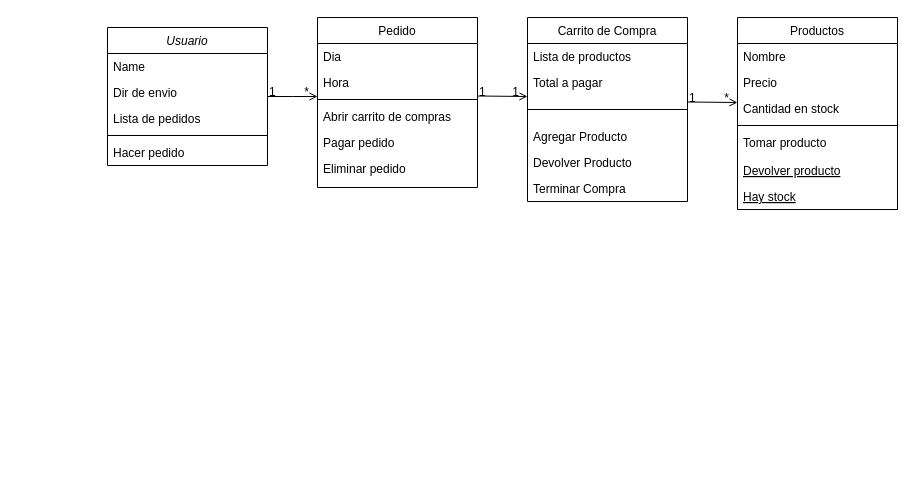
Before: SistDeComercio.drawio in AgustinaFontana/1prueba, a draw.io diagram. Source tidied: cells renumbered, new cells numbered last; positions are measured from the earlier drawing's top-left corner, leaving out a move shared by most shapes. Both pictures are drawn from the tidied source at 100%, with x=0, y=0 at pixel (107, 17).
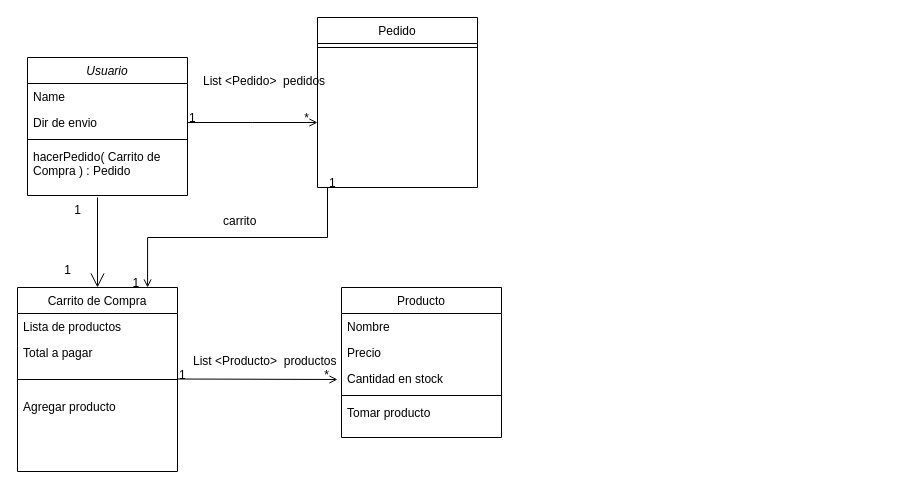
After the change.

The change refers to these unchanged cells:
```xml
<mxCell id="23" value="Pedido" style="swimlane;fontStyle=0;align=center;verticalAlign=top;horizontal=1;startSize=26;rounded=0;shadow=0;strokeWidth=1;" parent="1" vertex="1">
  <mxGeometry x="210" width="160" height="170" as="geometry" />
</mxCell>
```

Change to the diagram source:
```diff
@@
     <mxCell id="2" value="Usuario" style="swimlane;fontStyle=2;align=center;verticalAlign=top;horizontal=1;startSize=26;rounded=0;shadow=0;strokeWidth=1;" parent="1" vertex="1">
-      <mxGeometry y="10" width="160" height="138" as="geometry" />
+      <mxGeometry x="-80" y="40" width="160" height="138" as="geometry" />
     </mxCell>
@@
-    <mxCell id="5" value="Lista de pedidos" style="text;align=left;verticalAlign=top;spacingLeft=4;spacingRight=4;overflow=hidden;rounded=0;shadow=0;html=0;" parent="2" vertex="1">
-      <mxGeometry y="78" width="160" height="26" as="geometry" />
-    </mxCell>
     <mxCell id="6" style="line;html=1;strokeWidth=1;align=left;verticalAlign=middle;spacingTop=-1;spacingLeft=3;spacingRight=3;labelPosition=right;" parent="2" vertex="1">
-      <mxGeometry y="104" width="160" height="8" as="geometry" />
+      <mxGeometry y="78" width="160" height="8" as="geometry" />
     </mxCell>
-    <mxCell id="7" value="Hacer pedido" style="text;align=left;verticalAlign=top;spacingLeft=4;spacingRight=4;overflow=hidden;" parent="2" vertex="1">
-      <mxGeometry y="112" width="160" height="26" as="geometry" />
+    <mxCell id="7" value="hacerPedido( Carrito de &#10;Compra ) : Pedido" style="text;align=left;verticalAlign=top;spacingLeft=4;spacingRight=4;overflow=hidden;" parent="2" vertex="1">
+      <mxGeometry y="86" width="160" height="34" as="geometry" />
     </mxCell>
-    <mxCell id="8" value="Productos" style="swimlane;fontStyle=0;align=center;verticalAlign=top;horizontal=1;startSize=26;rounded=0;shadow=0;strokeWidth=1;" parent="1" vertex="1">
-      <mxGeometry x="630" width="160" height="192" as="geometry" />
+    <mxCell id="8" value="Producto" style="swimlane;fontStyle=0;align=center;verticalAlign=top;horizontal=1;startSize=26;rounded=0;shadow=0;strokeWidth=1;" parent="1" vertex="1">
+      <mxGeometry x="234" y="270" width="160" height="150" as="geometry" />
     </mxCell>
@@
-    <mxCell id="14" value="Devolver producto" style="text;align=left;verticalAlign=top;spacingLeft=4;spacingRight=4;overflow=hidden;fontStyle=4;" parent="8" vertex="1">
-      <mxGeometry y="140" width="160" height="26" as="geometry" />
-    </mxCell>
-    <mxCell id="15" value="Hay stock" style="text;align=left;verticalAlign=top;spacingLeft=4;spacingRight=4;overflow=hidden;fontStyle=4;" parent="8" vertex="1">
-      <mxGeometry y="166" width="160" height="26" as="geometry" />
-    </mxCell>
     <mxCell id="16" value="Carrito de Compra" style="swimlane;fontStyle=0;align=center;verticalAlign=top;horizontal=1;startSize=26;rounded=0;shadow=0;strokeWidth=1;" parent="1" vertex="1">
-      <mxGeometry x="420" width="160" height="184" as="geometry" />
+      <mxGeometry x="-90" y="270" width="160" height="184" as="geometry" />
     </mxCell>
@@
-    <mxCell id="20" value="Agregar Producto" style="text;align=left;verticalAlign=top;spacingLeft=4;spacingRight=4;overflow=hidden;" parent="16" vertex="1">
-      <mxGeometry y="106" width="160" height="26" as="geometry" />
-    </mxCell>
-    <mxCell id="21" value="Devolver Producto" style="text;align=left;verticalAlign=top;spacingLeft=4;spacingRight=4;overflow=hidden;" parent="16" vertex="1">
-      <mxGeometry y="132" width="160" height="26" as="geometry" />
-    </mxCell>
-    <mxCell id="22" value="Terminar Compra" style="text;align=left;verticalAlign=top;spacingLeft=4;spacingRight=4;overflow=hidden;" parent="16" vertex="1">
-      <mxGeometry y="158" width="160" height="26" as="geometry" />
-    </mxCell>
+    <mxCell id="39" value="Agregar producto" style="text;align=left;verticalAlign=top;spacingLeft=4;spacingRight=4;overflow=hidden;" parent="16" vertex="1">
+      <mxGeometry y="106" width="160" height="28" as="geometry" />
+    </mxCell>
@@
-    <mxCell id="24" value="Dia" style="text;align=left;verticalAlign=top;spacingLeft=4;spacingRight=4;overflow=hidden;" parent="23" vertex="1">
-      <mxGeometry y="26" width="160" height="26" as="geometry" />
-    </mxCell>
-    <mxCell id="25" value="Hora" style="text;align=left;verticalAlign=top;spacingLeft=4;spacingRight=4;overflow=hidden;rounded=0;shadow=0;html=0;" parent="23" vertex="1">
-      <mxGeometry y="52" width="160" height="26" as="geometry" />
-    </mxCell>
     <mxCell id="26" style="line;html=1;strokeWidth=1;align=left;verticalAlign=middle;spacingTop=-1;spacingLeft=3;spacingRight=3;labelPosition=right;" parent="23" vertex="1">
-      <mxGeometry y="78" width="160" height="8" as="geometry" />
+      <mxGeometry y="26" width="160" height="8" as="geometry" />
     </mxCell>
-    <mxCell id="27" value="Abrir carrito de compras" style="text;align=left;verticalAlign=top;spacingLeft=4;spacingRight=4;overflow=hidden;" parent="23" vertex="1">
-      <mxGeometry y="86" width="160" height="26" as="geometry" />
-    </mxCell>
-    <mxCell id="28" value="Pagar pedido" style="text;align=left;verticalAlign=top;spacingLeft=4;spacingRight=4;overflow=hidden;" parent="23" vertex="1">
-      <mxGeometry y="112" width="160" height="26" as="geometry" />
-    </mxCell>
-    <mxCell id="29" value="Eliminar pedido" style="text;align=left;verticalAlign=top;spacingLeft=4;spacingRight=4;overflow=hidden;" parent="23" vertex="1">
-      <mxGeometry y="138" width="160" height="26" as="geometry" />
-    </mxCell>
@@
-    <mxCell id="33" style="endArrow=open;shadow=0;strokeWidth=1;rounded=0;endFill=1;edgeStyle=elbowEdgeStyle;elbow=vertical;" parent="1" edge="1">
-      <mxGeometry x="0.5" y="41" relative="1" as="geometry">
-        <mxPoint x="370" y="78.5" as="sourcePoint" />
-        <mxPoint x="420" y="78.5" as="targetPoint" />
-        <mxPoint x="-40" y="32" as="offset" />
-      </mxGeometry>
-    </mxCell>
-    <mxCell id="34" value="1" style="align=left;verticalAlign=bottom;labelBackgroundColor=none;fontSize=12;" parent="33" vertex="1">
-      <mxGeometry x="-1" relative="1" as="geometry">
-        <mxPoint y="4" as="offset" />
-      </mxGeometry>
-    </mxCell>
-    <mxCell id="35" value="1" style="align=right;verticalAlign=bottom;labelBackgroundColor=none;fontSize=12;" parent="33" vertex="1">
-      <mxGeometry x="1" relative="1" as="geometry">
-        <mxPoint x="-7" y="4" as="offset" />
-      </mxGeometry>
-    </mxCell>
     <mxCell id="36" style="endArrow=open;shadow=0;strokeWidth=1;rounded=0;endFill=1;edgeStyle=elbowEdgeStyle;elbow=vertical;" parent="1" edge="1">
       <mxGeometry x="0.5" y="41" relative="1" as="geometry">
-        <mxPoint x="580" y="84.5" as="sourcePoint" />
-        <mxPoint x="630" y="84.5" as="targetPoint" />
+        <mxPoint x="70" y="361.5" as="sourcePoint" />
+        <mxPoint x="230" y="361.5" as="targetPoint" />
         <mxPoint x="-40" y="32" as="offset" />
       </mxGeometry>
     </mxCell>
@@
+    <mxCell id="5" value="List &lt;Producto&gt;  productos" style="text;align=left;verticalAlign=top;spacingLeft=4;spacingRight=4;overflow=hidden;rounded=0;shadow=0;html=0;" parent="1" vertex="1">
+      <mxGeometry x="80" y="330" width="160" height="26" as="geometry" />
+    </mxCell>
+    <mxCell id="40" value="List &lt;Pedido&gt;  pedidos" style="text;align=left;verticalAlign=top;spacingLeft=4;spacingRight=4;overflow=hidden;rounded=0;shadow=0;html=0;" parent="1" vertex="1">
+      <mxGeometry x="90" y="50" width="160" height="26" as="geometry" />
+    </mxCell>
+    <mxCell id="41" style="endArrow=open;endFill=1;endSize=12;html=1;rounded=0;entryX=0.5;entryY=0;entryDx=0;entryDy=0;" parent="1" edge="1" target="16">
+      <mxGeometry relative="1" as="geometry">
+        <mxPoint x="-10" y="180" as="sourcePoint" />
+      </mxGeometry>
+    </mxCell>
+    <mxCell id="42" value="1" style="text;html=1;align=center;verticalAlign=middle;strokeColor=none;fillColor=none;" parent="1" vertex="1">
+      <mxGeometry x="-45" y="178" width="30" height="30" as="geometry" />
+    </mxCell>
+    <mxCell id="43" value="1" style="text;html=1;align=center;verticalAlign=middle;strokeColor=none;fillColor=none;" parent="1" vertex="1">
+      <mxGeometry x="-55" y="238" width="30" height="30" as="geometry" />
+    </mxCell>
+    <mxCell id="44" style="endArrow=open;shadow=0;strokeWidth=1;rounded=0;endFill=1;edgeStyle=elbowEdgeStyle;elbow=vertical;entryX=0.813;entryY=0;entryDx=0;entryDy=0;entryPerimeter=0;" parent="1" edge="1" target="16">
+      <mxGeometry x="0.5" y="41" relative="1" as="geometry">
+        <mxPoint x="220" y="170" as="sourcePoint" />
+        <mxPoint x="-40" y="32" as="offset" />
+      </mxGeometry>
+    </mxCell>
+    <mxCell id="34" value="1" style="align=left;verticalAlign=bottom;labelBackgroundColor=none;fontSize=12;" parent="44" vertex="1">
+      <mxGeometry x="-1" relative="1" as="geometry">
+        <mxPoint y="4" as="offset" />
+      </mxGeometry>
+    </mxCell>
+    <mxCell id="35" value="1" style="align=right;verticalAlign=bottom;labelBackgroundColor=none;fontSize=12;" parent="44" vertex="1">
+      <mxGeometry x="1" relative="1" as="geometry">
+        <mxPoint x="-7" y="4" as="offset" />
+      </mxGeometry>
+    </mxCell>
+    <mxCell id="45" value="carrito" style="text;align=left;verticalAlign=top;spacingLeft=4;spacingRight=4;overflow=hidden;rounded=0;shadow=0;html=0;" parent="1" vertex="1">
+      <mxGeometry x="110" y="190" width="160" height="26" as="geometry" />
+    </mxCell>
```
